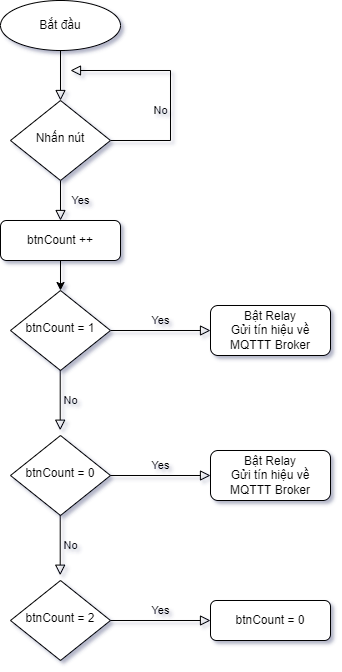
Before: Mai_Xuan_Kien_2018605403/follow-chart/followChart.drawio.png, a diagram exported from draw.io (lequangthinhhaui/doAn2022). Source tidied: cells renumbered, new cells last; positions are measured from the earlier drawing's top-left corner, leaving out a move shared by most shapes.
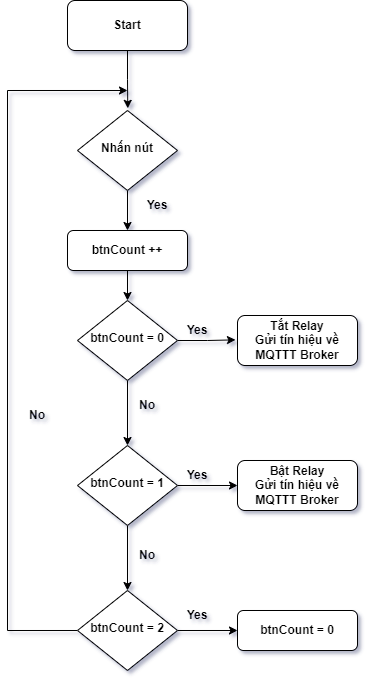
The same diagram one commit later.

What changed in the source:
```diff
@@ -2,78 +2,86 @@
   <root>
     <mxCell id="0" />
     <mxCell id="1" parent="0" />
-    <mxCell id="2" style="rounded=0;html=1;jettySize=auto;fontSize=11;endArrow=block;endFill=0;endSize=8;strokeWidth=1;shadow=0;labelBackgroundColor=none;edgeStyle=orthogonalEdgeStyle;" parent="1" edge="1" target="5">
-      <mxGeometry relative="1" as="geometry">
-        <mxPoint x="60" y="50" as="sourcePoint" />
-      </mxGeometry>
-    </mxCell>
+    <mxCell id="20" style="edgeStyle=orthogonalEdgeStyle;rounded=0;jettySize=auto;html=1;entryX=0.503;entryY=-0.027;entryDx=0;entryDy=0;entryPerimeter=0;fontStyle=1;" parent="1" edge="1" source="21" target="5">
+      <mxGeometry relative="1" as="geometry" />
+    </mxCell>
+    <mxCell id="21" value="Start" style="rounded=1;whiteSpace=wrap;html=1;fontSize=12;glass=0;strokeWidth=1;shadow=0;fontStyle=1;" parent="1" vertex="1">
+      <mxGeometry y="-10" width="120" height="50" as="geometry" />
+    </mxCell>
-    <mxCell id="3" value="Yes" style="rounded=0;html=1;jettySize=auto;fontSize=11;endArrow=block;endFill=0;endSize=8;strokeWidth=1;shadow=0;labelBackgroundColor=none;edgeStyle=orthogonalEdgeStyle;entryX=0.5;entryY=0;entryDx=0;entryDy=0;" parent="1" edge="1" source="5" target="9">
-      <mxGeometry y="20" relative="1" as="geometry" />
+    <mxCell id="3" style="edgeStyle=orthogonalEdgeStyle;rounded=0;jettySize=auto;html=1;entryX=0.5;entryY=0;entryDx=0;entryDy=0;fontStyle=1;" parent="1" edge="1" source="5" target="9">
+      <mxGeometry relative="1" as="geometry" />
     </mxCell>
-    <mxCell id="4" value="No" style="edgeStyle=orthogonalEdgeStyle;rounded=0;html=1;jettySize=auto;fontSize=11;endArrow=block;endFill=0;endSize=8;strokeWidth=1;shadow=0;labelBackgroundColor=none;" parent="1" edge="1" source="5">
-      <mxGeometry x="-0.22" y="10" relative="1" as="geometry">
-        <mxPoint x="70" y="70" as="targetPoint" />
-        <Array as="points">
-          <mxPoint x="170" y="140" />
-          <mxPoint x="170" y="70" />
-        </Array>
-      </mxGeometry>
-    </mxCell>
-    <mxCell id="5" value="Nhấn nút" style="rhombus;whiteSpace=wrap;html=1;shadow=0;fontFamily=Helvetica;fontSize=12;align=center;strokeWidth=1;spacing=6;spacingTop=-4;" parent="1" vertex="1">
+    <mxCell id="5" value="Nhấn nút" style="rhombus;whiteSpace=wrap;html=1;shadow=0;fontFamily=Helvetica;fontSize=12;align=center;strokeWidth=1;spacing=6;spacingTop=-4;fontStyle=1;" parent="1" vertex="1">
       <mxGeometry x="10" y="100" width="100" height="80" as="geometry" />
     </mxCell>
+    <mxCell id="22" style="edgeStyle=orthogonalEdgeStyle;rounded=0;jettySize=auto;html=1;entryX=0.5;entryY=0;entryDx=0;entryDy=0;fontStyle=1;" parent="1" edge="1" source="7" target="12">
+      <mxGeometry relative="1" as="geometry" />
+    </mxCell>
-    <mxCell id="6" value="Yes" style="edgeStyle=orthogonalEdgeStyle;rounded=0;html=1;jettySize=auto;fontSize=11;endArrow=block;endFill=0;endSize=8;strokeWidth=1;shadow=0;labelBackgroundColor=none;" parent="1" edge="1" source="7" target="8">
-      <mxGeometry y="10" relative="1" as="geometry" />
+    <mxCell id="6" style="edgeStyle=orthogonalEdgeStyle;rounded=0;jettySize=auto;html=1;entryX=-0.017;entryY=0.487;entryDx=0;entryDy=0;entryPerimeter=0;fontStyle=1;" parent="1" edge="1" source="7" target="8">
+      <mxGeometry relative="1" as="geometry" />
     </mxCell>
-    <mxCell id="7" value="btnCount = 1" style="rhombus;whiteSpace=wrap;html=1;shadow=0;fontFamily=Helvetica;fontSize=12;align=center;strokeWidth=1;spacing=6;spacingTop=-4;" parent="1" vertex="1">
+    <mxCell id="7" value="btnCount = 0" style="rhombus;whiteSpace=wrap;html=1;shadow=0;fontFamily=Helvetica;fontSize=12;align=center;strokeWidth=1;spacing=6;spacingTop=-4;fontStyle=1;" parent="1" vertex="1">
       <mxGeometry x="10" y="290" width="100" height="80" as="geometry" />
     </mxCell>
-    <mxCell id="8" value="Bật Relay&lt;br&gt;Gửi tín hiệu về MQTTT Broker" style="rounded=1;whiteSpace=wrap;html=1;fontSize=12;glass=0;strokeWidth=1;shadow=0;" parent="1" vertex="1">
-      <mxGeometry x="210" y="305" width="120" height="50" as="geometry" />
+    <mxCell id="8" value="Tắt Relay&lt;br&gt;Gửi tín hiệu về MQTTT Broker" style="rounded=1;whiteSpace=wrap;html=1;fontSize=12;glass=0;strokeWidth=1;shadow=0;fontStyle=1;" parent="1" vertex="1">
+      <mxGeometry x="170" y="305" width="120" height="50" as="geometry" />
     </mxCell>
-    <mxCell id="9" value="btnCount ++" style="rounded=1;whiteSpace=wrap;html=1;fontSize=12;glass=0;strokeWidth=1;shadow=0;" parent="1" vertex="1">
+    <mxCell id="9" value="btnCount ++" style="rounded=1;whiteSpace=wrap;html=1;fontSize=12;glass=0;strokeWidth=1;shadow=0;fontStyle=1;" parent="1" vertex="1">
       <mxGeometry y="220" width="120" height="40" as="geometry" />
     </mxCell>
-    <mxCell id="10" style="endArrow=classic;html=1;rounded=0;exitX=0.5;exitY=1;exitDx=0;exitDy=0;entryX=0.5;entryY=0;entryDx=0;entryDy=0;" parent="1" edge="1" source="9" target="7">
+    <mxCell id="10" style="endArrow=classic;html=1;rounded=0;exitX=0.5;exitY=1;exitDx=0;exitDy=0;entryX=0.5;entryY=0;entryDx=0;entryDy=0;fontStyle=1;" parent="1" edge="1" source="9" target="7">
       <mxGeometry relative="1" as="geometry" />
     </mxCell>
-    <mxCell id="11" value="No" style="edgeStyle=orthogonalEdgeStyle;rounded=0;html=1;jettySize=auto;orthogonalLoop=1;fontSize=11;endArrow=block;endFill=0;endSize=8;strokeWidth=1;shadow=0;labelBackgroundColor=none;" parent="1" edge="1">
-      <mxGeometry y="10" relative="1" as="geometry">
-        <mxPoint x="59.7" y="370" as="sourcePoint" />
-        <mxPoint x="59.7" y="429.7" as="targetPoint" />
-      </mxGeometry>
-    </mxCell>
+    <mxCell id="23" style="edgeStyle=orthogonalEdgeStyle;rounded=0;jettySize=auto;html=1;entryX=0.5;entryY=0;entryDx=0;entryDy=0;fontStyle=1;" parent="1" edge="1" source="12" target="15">
+      <mxGeometry relative="1" as="geometry" />
+    </mxCell>
+    <mxCell id="24" style="edgeStyle=orthogonalEdgeStyle;rounded=0;jettySize=auto;html=1;entryX=0;entryY=0.5;entryDx=0;entryDy=0;fontStyle=1;" parent="1" edge="1" source="12" target="18">
+      <mxGeometry relative="1" as="geometry" />
+    </mxCell>
-    <mxCell id="12" value="btnCount = 0" style="rhombus;whiteSpace=wrap;html=1;shadow=0;fontFamily=Helvetica;fontSize=12;align=center;strokeWidth=1;spacing=6;spacingTop=-4;" parent="1" vertex="1">
+    <mxCell id="12" value="btnCount = 1" style="rhombus;whiteSpace=wrap;html=1;shadow=0;fontFamily=Helvetica;fontSize=12;align=center;strokeWidth=1;spacing=6;spacingTop=-4;fontStyle=1;" parent="1" vertex="1">
       <mxGeometry x="10" y="435" width="100" height="80" as="geometry" />
     </mxCell>
-    <mxCell id="13" value="Yes" style="edgeStyle=orthogonalEdgeStyle;rounded=0;html=1;jettySize=auto;orthogonalLoop=1;fontSize=11;endArrow=block;endFill=0;endSize=8;strokeWidth=1;shadow=0;labelBackgroundColor=none;" parent="1" edge="1">
-      <mxGeometry y="10" relative="1" as="geometry">
-        <mxPoint x="110" y="475" as="sourcePoint" />
-        <mxPoint x="210" y="475" as="targetPoint" />
-      </mxGeometry>
-    </mxCell>
-    <mxCell id="14" value="No" style="edgeStyle=orthogonalEdgeStyle;rounded=0;html=1;jettySize=auto;orthogonalLoop=1;fontSize=11;endArrow=block;endFill=0;endSize=8;strokeWidth=1;shadow=0;labelBackgroundColor=none;" parent="1" edge="1">
-      <mxGeometry y="10" relative="1" as="geometry">
-        <mxPoint x="59.7" y="515" as="sourcePoint" />
-        <mxPoint x="59.7" y="574.7" as="targetPoint" />
-      </mxGeometry>
-    </mxCell>
+    <mxCell id="25" style="edgeStyle=orthogonalEdgeStyle;rounded=0;jettySize=auto;html=1;startArrow=none;exitX=0;exitY=0.5;exitDx=0;exitDy=0;fontStyle=1;" parent="1" edge="1" source="15">
+      <mxGeometry relative="1" as="geometry">
+        <mxPoint x="60" y="80" as="targetPoint" />
+        <Array as="points">
+          <mxPoint x="-60" y="620" />
+          <mxPoint x="-60" y="80" />
+        </Array>
+      </mxGeometry>
+    </mxCell>
+    <mxCell id="26" style="edgeStyle=orthogonalEdgeStyle;rounded=0;jettySize=auto;html=1;entryX=0;entryY=0.5;entryDx=0;entryDy=0;fontStyle=1;" parent="1" edge="1" source="15" target="17">
+      <mxGeometry relative="1" as="geometry" />
+    </mxCell>
-    <mxCell id="15" value="btnCount = 2" style="rhombus;whiteSpace=wrap;html=1;shadow=0;fontFamily=Helvetica;fontSize=12;align=center;strokeWidth=1;spacing=6;spacingTop=-4;" parent="1" vertex="1">
+    <mxCell id="15" value="btnCount = 2" style="rhombus;whiteSpace=wrap;html=1;shadow=0;fontFamily=Helvetica;fontSize=12;align=center;strokeWidth=1;spacing=6;spacingTop=-4;fontStyle=1;" parent="1" vertex="1">
       <mxGeometry x="10" y="580" width="100" height="80" as="geometry" />
     </mxCell>
-    <mxCell id="16" value="Yes" style="edgeStyle=orthogonalEdgeStyle;rounded=0;html=1;jettySize=auto;fontSize=11;endArrow=block;endFill=0;endSize=8;strokeWidth=1;shadow=0;labelBackgroundColor=none;" parent="1" edge="1" target="17">
-      <mxGeometry y="10" relative="1" as="geometry">
-        <mxPoint x="110" y="620" as="sourcePoint" />
-      </mxGeometry>
-    </mxCell>
-    <mxCell id="17" value="btnCount = 0" style="rounded=1;whiteSpace=wrap;html=1;fontSize=12;glass=0;strokeWidth=1;shadow=0;" parent="1" vertex="1">
-      <mxGeometry x="210" y="600" width="120" height="40" as="geometry" />
+    <mxCell id="17" value="btnCount = 0" style="rounded=1;whiteSpace=wrap;html=1;fontSize=12;glass=0;strokeWidth=1;shadow=0;fontStyle=1;" parent="1" vertex="1">
+      <mxGeometry x="170" y="600" width="120" height="40" as="geometry" />
     </mxCell>
-    <mxCell id="18" value="Bật Relay&lt;br&gt;Gửi tín hiệu về MQTTT Broker" style="rounded=1;whiteSpace=wrap;html=1;fontSize=12;glass=0;strokeWidth=1;shadow=0;" parent="1" vertex="1">
-      <mxGeometry x="210" y="450" width="120" height="50" as="geometry" />
+    <mxCell id="18" value="Bật Relay&lt;br&gt;Gửi tín hiệu về MQTTT Broker" style="rounded=1;whiteSpace=wrap;html=1;fontSize=12;glass=0;strokeWidth=1;shadow=0;fontStyle=1;" parent="1" vertex="1">
+      <mxGeometry x="170" y="450" width="120" height="50" as="geometry" />
     </mxCell>
-    <mxCell id="19" value="Bắt đầu" style="ellipse;whiteSpace=wrap;html=1;" parent="1" vertex="1">
-      <mxGeometry width="120" height="50" as="geometry" />
-    </mxCell>
+    <mxCell id="27" value="No" style="text;html=1;strokeColor=none;fillColor=none;align=center;verticalAlign=middle;whiteSpace=wrap;rounded=0;fontStyle=1;" parent="1" vertex="1">
+      <mxGeometry x="-60" y="390" width="60" height="30" as="geometry" />
+    </mxCell>
+    <mxCell id="28" value="No" style="text;html=1;strokeColor=none;fillColor=none;align=center;verticalAlign=middle;whiteSpace=wrap;rounded=0;fontStyle=1;" parent="1" vertex="1">
+      <mxGeometry x="50" y="530" width="60" height="30" as="geometry" />
+    </mxCell>
+    <mxCell id="29" value="Yes" style="text;html=1;strokeColor=none;fillColor=none;align=center;verticalAlign=middle;whiteSpace=wrap;rounded=0;fontStyle=1;" parent="1" vertex="1">
+      <mxGeometry x="100" y="305" width="60" height="30" as="geometry" />
+    </mxCell>
+    <mxCell id="30" value="Yes" style="text;html=1;strokeColor=none;fillColor=none;align=center;verticalAlign=middle;whiteSpace=wrap;rounded=0;fontStyle=1;" parent="1" vertex="1">
+      <mxGeometry x="100" y="450" width="60" height="30" as="geometry" />
+    </mxCell>
+    <mxCell id="31" value="Yes" style="text;html=1;strokeColor=none;fillColor=none;align=center;verticalAlign=middle;whiteSpace=wrap;rounded=0;fontStyle=1;" parent="1" vertex="1">
+      <mxGeometry x="100" y="590" width="60" height="30" as="geometry" />
+    </mxCell>
+    <mxCell id="32" value="No" style="text;html=1;strokeColor=none;fillColor=none;align=center;verticalAlign=middle;whiteSpace=wrap;rounded=0;fontStyle=1;" parent="1" vertex="1">
+      <mxGeometry x="50" y="380" width="60" height="30" as="geometry" />
+    </mxCell>
+    <mxCell id="33" value="Yes" style="text;html=1;strokeColor=none;fillColor=none;align=center;verticalAlign=middle;whiteSpace=wrap;rounded=0;fontStyle=1;" parent="1" vertex="1">
+      <mxGeometry x="60" y="180" width="60" height="30" as="geometry" />
+    </mxCell>
   </root>
 </mxGraphModel>
```
